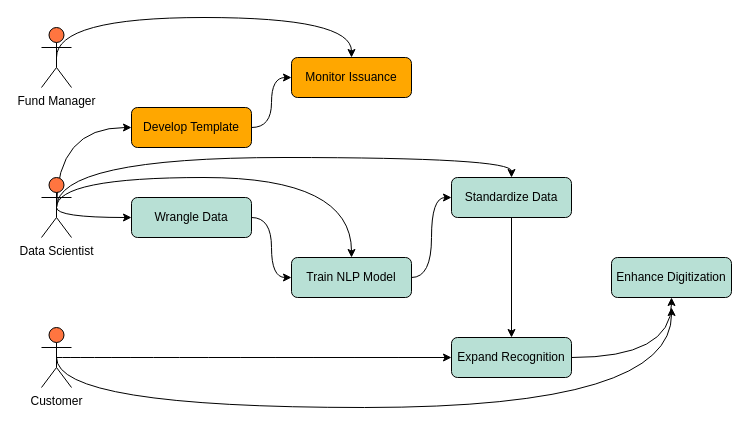
Before: page "第 3 页" (3 of 3) of testfiles/capstone.drawio in Yanjia1018/FinTech545_Spring2024, a draw.io diagram. Source tidied: cells renumbered, new cells numbered last; positions are measured from the earlier drawing's top-left corner, leaving out a move shared by most shapes. Both pictures are drawn from the tidied source at 100%, with x=0, y=0 at pixel (41, 17).
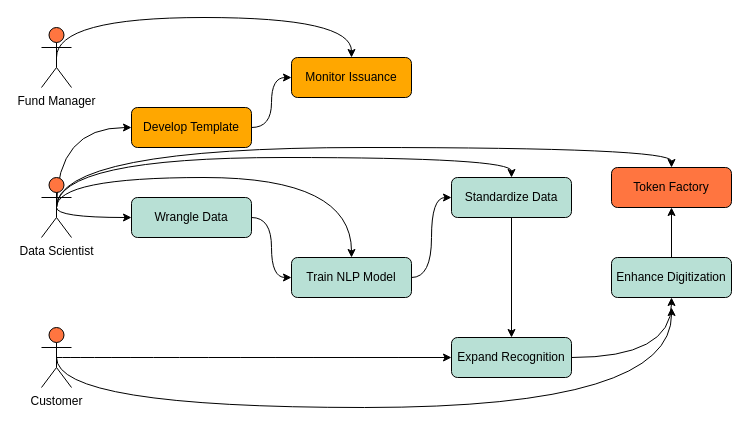
Above is the later version.

The change refers to these unchanged cells:
```xml
<mxCell id="8" value="Data Scientist" style="shape=umlActor;verticalLabelPosition=bottom;verticalAlign=top;html=1;outlineConnect=0;fillColor=#FF7540;" parent="1" vertex="1">
  <mxGeometry y="160" width="30" height="60" as="geometry" />
</mxCell>
<mxCell id="21" value="Enhance Digitization" style="rounded=1;whiteSpace=wrap;html=1;fillColor=#B8E0D5;" parent="1" vertex="1">
  <mxGeometry x="570" y="240" width="120" height="40" as="geometry" />
</mxCell>
```

The edit, as a diff of the source:
```diff
@@
+    <mxCell id="24" style="edgeStyle=orthogonalEdgeStyle;rounded=0;jettySize=auto;html=1;exitX=0.5;exitY=0.5;exitDx=0;exitDy=0;exitPerimeter=0;entryX=0.5;entryY=0;entryDx=0;entryDy=0;curved=1;" parent="1" edge="1" source="8" target="26">
+      <mxGeometry relative="1" as="geometry">
+        <Array as="points">
+          <mxPoint x="15" y="130" />
+          <mxPoint x="630" y="130" />
+        </Array>
+      </mxGeometry>
+    </mxCell>
@@
+    <mxCell id="25" style="edgeStyle=orthogonalEdgeStyle;rounded=0;jettySize=auto;html=1;exitX=0.5;exitY=0;exitDx=0;exitDy=0;entryX=0.5;entryY=1;entryDx=0;entryDy=0;" parent="1" edge="1" source="21" target="26">
+      <mxGeometry relative="1" as="geometry" />
+    </mxCell>
@@
+    <mxCell id="26" value="Token Factory" style="rounded=1;whiteSpace=wrap;html=1;fillColor=#FF7540;" parent="1" vertex="1">
+      <mxGeometry x="570" y="150" width="120" height="40" as="geometry" />
+    </mxCell>
```
